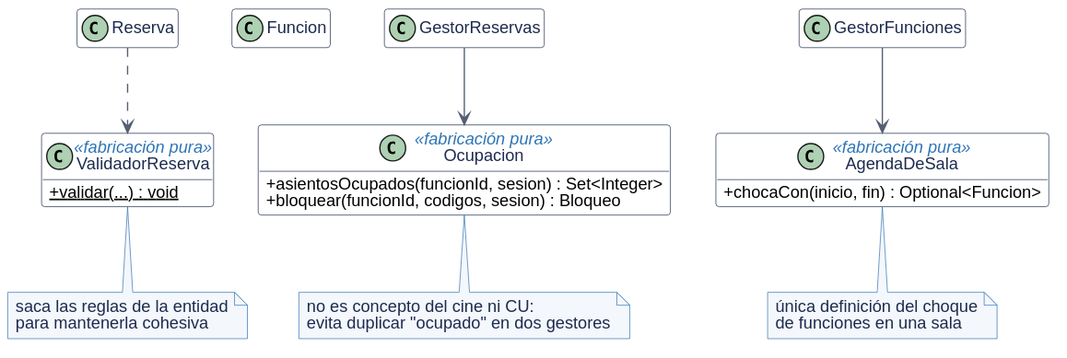
The PlantUML diagram _other/docs/diagramas/patron-fabricacion-pura.svg in andreiveisuade/cine-uade, before a commit.
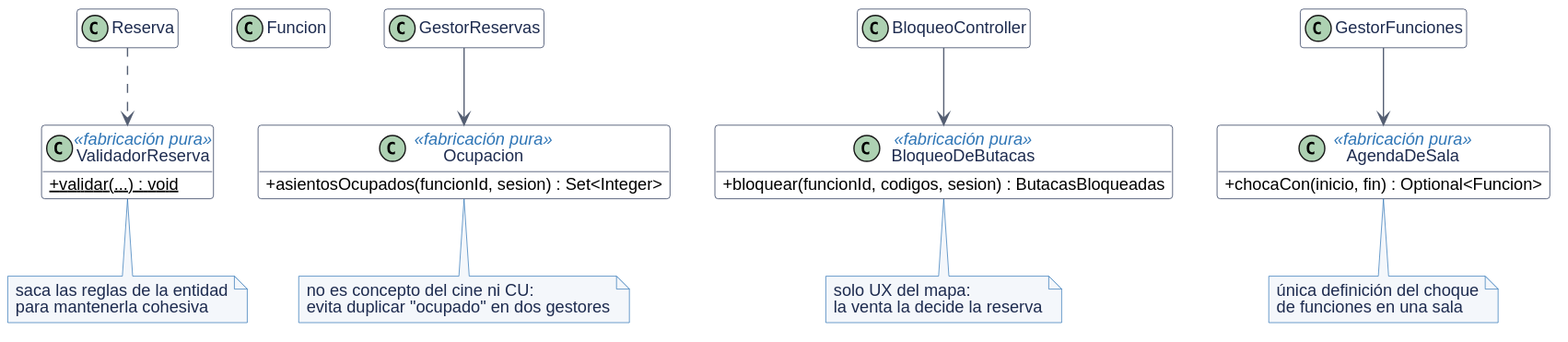
The same file after the commit.

Commit message:
docs(manual): bloquear vive en bloqueodebutacas en el diagrama de fabricacion pura

Change to the diagram source:
```diff
@@ -5,7 +5,9 @@
 class GestorReservas
 class Ocupacion <<fabricación pura>> {
   + asientosOcupados(funcionId, sesion) : Set<Integer>
-  + bloquear(funcionId, codigos, sesion) : Bloqueo
+}
+class BloqueoDeButacas <<fabricación pura>> {
+  + bloquear(funcionId, codigos, sesion) : ButacasBloqueadas
 }
 class AgendaDeSala <<fabricación pura>> {
   + chocaCon(inicio, fin) : Optional<Funcion>
@@ -14,9 +16,11 @@
   + {static} validar(...) : void
 }
 GestorReservas --> Ocupacion
+BloqueoController --> BloqueoDeButacas
 GestorFunciones --> AgendaDeSala
 Reserva ..> ValidadorReserva
 note bottom of Ocupacion : no es concepto del cine ni CU:\nevita duplicar "ocupado" en dos gestores
+note bottom of BloqueoDeButacas : solo UX del mapa:\nla venta la decide la reserva
 note bottom of AgendaDeSala : única definición del choque\nde funciones en una sala
 note bottom of ValidadorReserva : saca las reglas de la entidad\npara mantenerla cohesiva
 @enduml
```
